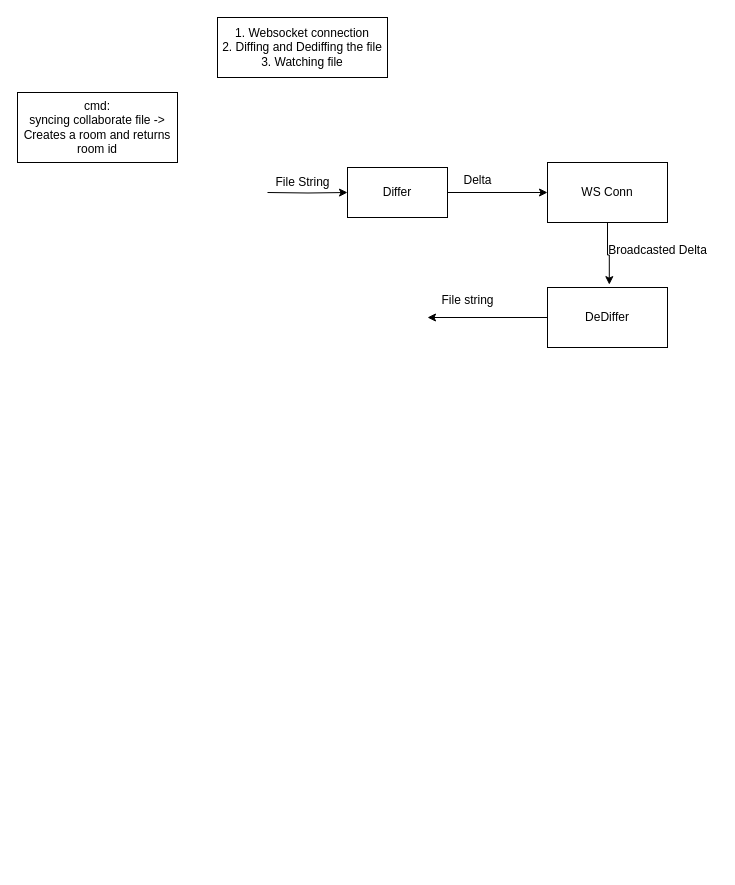
Bharadwaja-rao-D/syncing keeps this draw.io diagram as syncer-app/docs/syncing.drawio. Above is the earlier version. Source tidied: cells renumbered, new cells numbered last; positions are measured from the earlier drawing's top-left corner, leaving out a move shared by most shapes. Both pictures are drawn from the tidied source at 100%, with x=0, y=0 at pixel (17, 17).
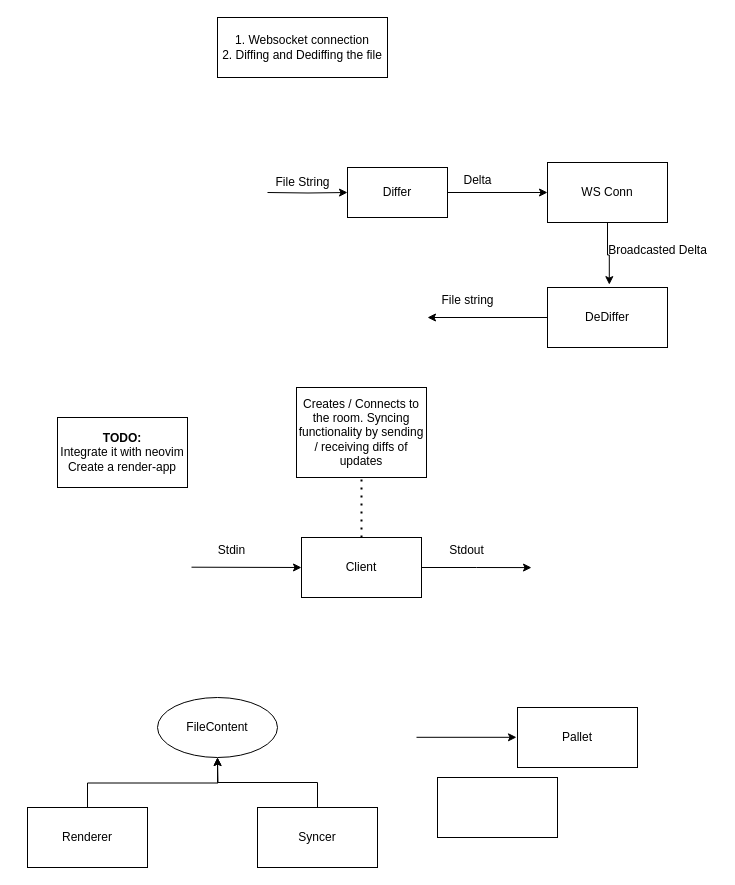
The same diagram, later.

Change to the diagram source:
```diff
@@
-    <mxCell id="2" value="cmd:&lt;br&gt;syncing collaborate file -&amp;gt; Creates a room and returns room id" style="whiteSpace=wrap;html=1;" parent="1" vertex="1">
-      <mxGeometry y="75" width="160" height="70" as="geometry" />
-    </mxCell>
-    <mxCell id="3" value="1. Websocket connection&lt;br&gt;2. Diffing and Dediffing the file&lt;br&gt;3. Watching file" style="whiteSpace=wrap;html=1;" parent="1" vertex="1">
+    <mxCell id="3" value="1. Websocket connection&lt;br&gt;2. Diffing and Dediffing the file&lt;br&gt;" style="whiteSpace=wrap;html=1;" parent="1" vertex="1">
       <mxGeometry x="200" width="170" height="60" as="geometry" />
     </mxCell>
@@
+    <mxCell id="15" style="edgeStyle=orthogonalEdgeStyle;rounded=0;jettySize=auto;html=1;exitX=1;exitY=0.5;exitDx=0;exitDy=0;" parent="1" edge="1" source="16">
+      <mxGeometry relative="1" as="geometry">
+        <mxPoint x="514" y="550.1" as="targetPoint" />
+      </mxGeometry>
+    </mxCell>
+    <mxCell id="16" value="Client" style="whiteSpace=wrap;html=1;" parent="1" vertex="1">
+      <mxGeometry x="284" y="520" width="120" height="60" as="geometry" />
+    </mxCell>
+    <mxCell id="17" style="edgeStyle=none;jettySize=auto;html=1;rounded=0;entryX=0;entryY=0.5;entryDx=0;entryDy=0;" parent="1" edge="1" target="16">
+      <mxGeometry relative="1" as="geometry">
+        <mxPoint x="174" y="549.7" as="sourcePoint" />
+      </mxGeometry>
+    </mxCell>
+    <mxCell id="18" value="Stdin" style="text;html=1;align=center;verticalAlign=middle;strokeColor=none;fillColor=none;" parent="1" vertex="1">
+      <mxGeometry x="189" y="518" width="50" height="30" as="geometry" />
+    </mxCell>
+    <mxCell id="19" value="Stdout" style="text;html=1;align=center;verticalAlign=middle;strokeColor=none;fillColor=none;" parent="1" vertex="1">
+      <mxGeometry x="419" y="518" width="60" height="30" as="geometry" />
+    </mxCell>
+    <mxCell id="20" style="endArrow=none;dashed=1;html=1;dashPattern=1 3;strokeWidth=2;rounded=0;exitX=0.5;exitY=0;exitDx=0;exitDy=0;entryX=0.5;entryY=1;entryDx=0;entryDy=0;" parent="1" edge="1" source="16" target="21">
+      <mxGeometry relative="1" as="geometry" />
+    </mxCell>
+    <mxCell id="21" value="Creates / Connects to the room. Syncing functionality by sending / receiving diffs of updates" style="whiteSpace=wrap;html=1;" parent="1" vertex="1">
+      <mxGeometry x="279" y="370" width="130" height="90" as="geometry" />
+    </mxCell>
+    <mxCell id="22" value="&lt;b&gt;TODO:&lt;/b&gt;&lt;br&gt;Integrate it with neovim&lt;br&gt;Create a render-app" style="whiteSpace=wrap;html=1;" parent="1" vertex="1">
+      <mxGeometry x="40" y="400" width="130" height="70" as="geometry" />
+    </mxCell>
+    <mxCell id="23" value="FileContent" style="ellipse;whiteSpace=wrap;html=1;" parent="1" vertex="1">
+      <mxGeometry x="140" y="680" width="120" height="60" as="geometry" />
+    </mxCell>
+    <mxCell id="24" style="edgeStyle=orthogonalEdgeStyle;rounded=0;jettySize=auto;html=1;exitX=0.5;exitY=0;exitDx=0;exitDy=0;" parent="1" edge="1" source="25">
+      <mxGeometry relative="1" as="geometry">
+        <mxPoint x="200" y="740" as="targetPoint" />
+      </mxGeometry>
+    </mxCell>
+    <mxCell id="25" value="Renderer" style="whiteSpace=wrap;html=1;" parent="1" vertex="1">
+      <mxGeometry x="10" y="790" width="120" height="60" as="geometry" />
+    </mxCell>
+    <mxCell id="26" style="edgeStyle=orthogonalEdgeStyle;rounded=0;jettySize=auto;html=1;exitX=0.5;exitY=0;exitDx=0;exitDy=0;" parent="1" edge="1" source="27" target="23">
+      <mxGeometry relative="1" as="geometry" />
+    </mxCell>
+    <mxCell id="27" value="Syncer" style="whiteSpace=wrap;html=1;" parent="1" vertex="1">
+      <mxGeometry x="240" y="790" width="120" height="60" as="geometry" />
+    </mxCell>
+    <mxCell id="28" value="Pallet" style="whiteSpace=wrap;html=1;" parent="1" vertex="1">
+      <mxGeometry x="500" y="690" width="120" height="60" as="geometry" />
+    </mxCell>
+    <mxCell id="29" style="edgeStyle=none;orthogonalLoop=1;jettySize=auto;html=1;rounded=0;" parent="1" edge="1">
+      <mxGeometry relative="1" as="geometry">
+        <mxPoint x="399" y="719.8" as="sourcePoint" />
+        <mxPoint x="499" y="719.8" as="targetPoint" />
+      </mxGeometry>
+    </mxCell>
+    <mxCell id="30" style="whiteSpace=wrap;html=1;" parent="1" vertex="1">
+      <mxGeometry x="420" y="760" width="120" height="60" as="geometry" />
+    </mxCell>
```
